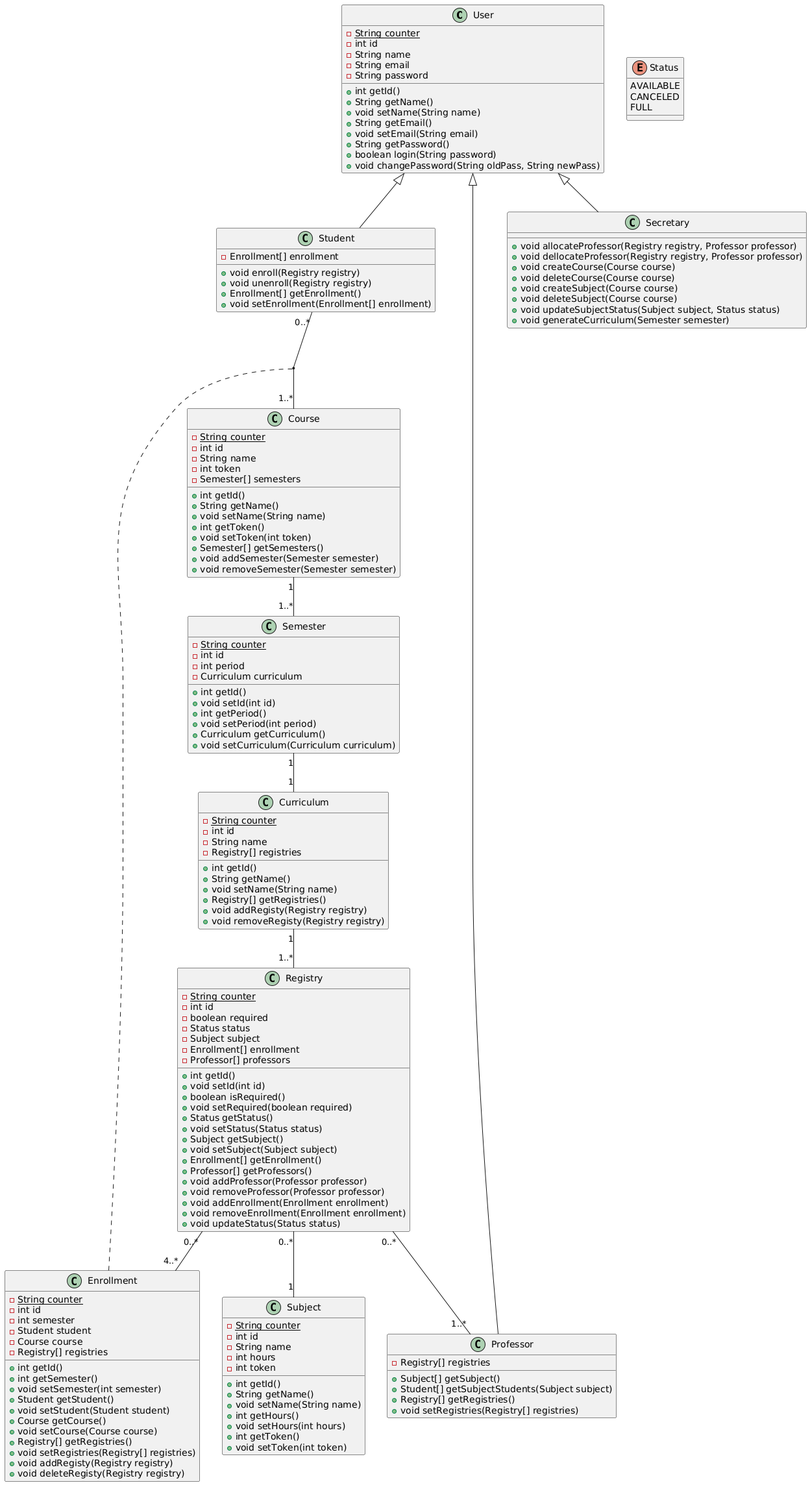
Before: projeto 1/project/classDiagram.png, a diagram exported from PlantUML (migueltico2/laboratorio-de-desenvolvimento-de-software).
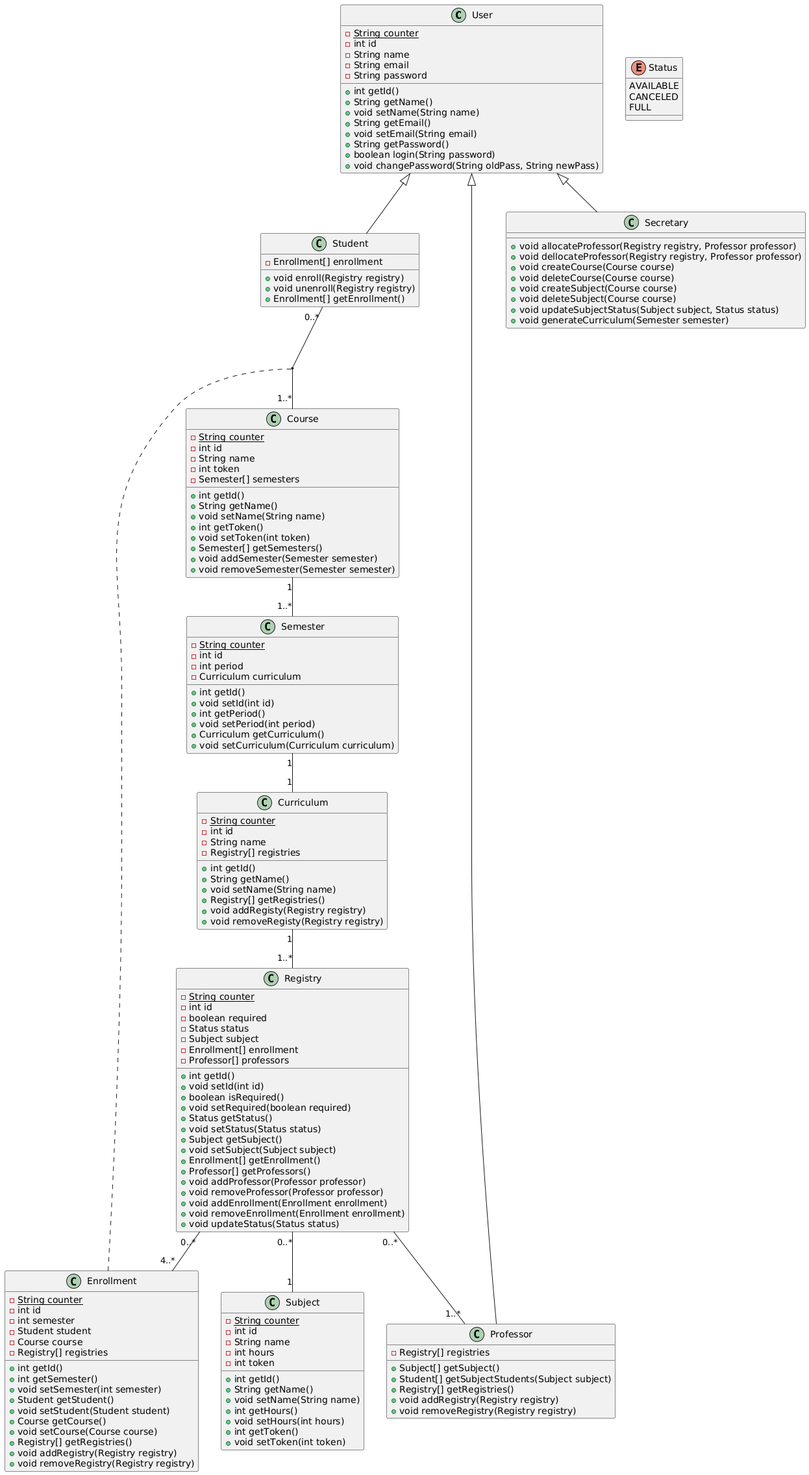
Above is the later version.

Commit message:
fix getters and setters

The edit, as a diff of the source:
```diff
@@ -19,14 +19,14 @@
     +void enroll(Registry registry)
     +void unenroll(Registry registry)
     +Enrollment[] getEnrollment()
-    +void setEnrollment(Enrollment[] enrollment)
 }
 class Professor {
     -Registry[] registries
     +Subject[] getSubject()
     +Student[] getSubjectStudents(Subject subject)
     +Registry[] getRegistries()
-    +void setRegistries(Registry[] registries)
+    +void addRegistry(Registry registry)
+    +void removeRegistry(Registry registry)
 }
 class Secretary {
     +void allocateProfessor(Registry registry, Professor professor)
@@ -53,9 +53,8 @@
     +Course getCourse()
     +void setCourse(Course course)
     +Registry[] getRegistries()
-    +void setRegistries(Registry[] registries)
-    +void addRegisty(Registry registry)
-    +void deleteRegisty(Registry registry)
+    +void addRegistry(Registry registry)
+    +void removeRegistry(Registry registry)
 }
 class Course {
     -{static} String counter
```
